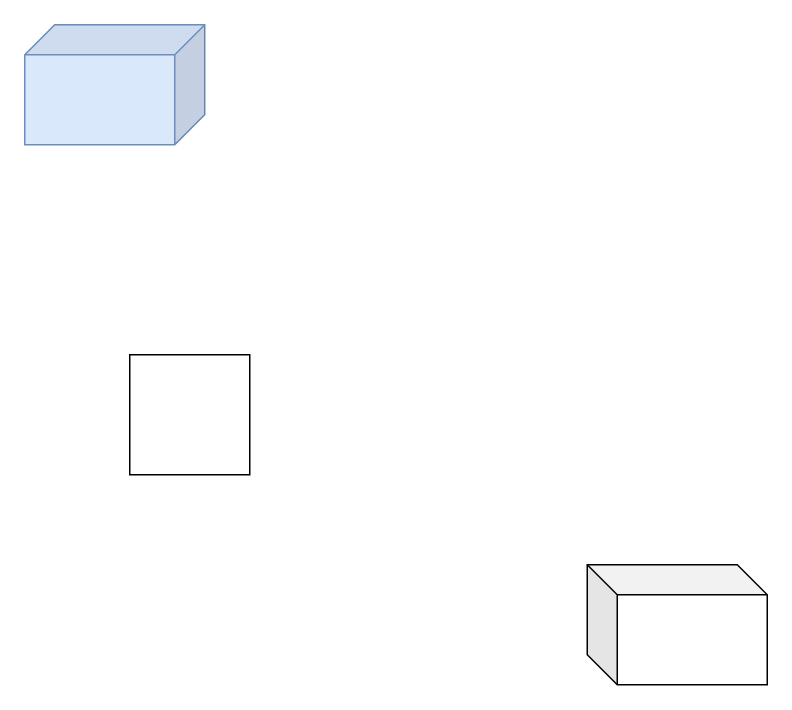
Before: Untitled Diagram.drawio in linyuejin/hello-world, a draw.io diagram. Source tidied: cells renumbered, new cells numbered last; positions are measured from the earlier drawing's top-left corner, leaving out a move shared by most shapes. Both pictures are drawn from the tidied source at 150%, with x=0, y=0 at pixel (24, 24).
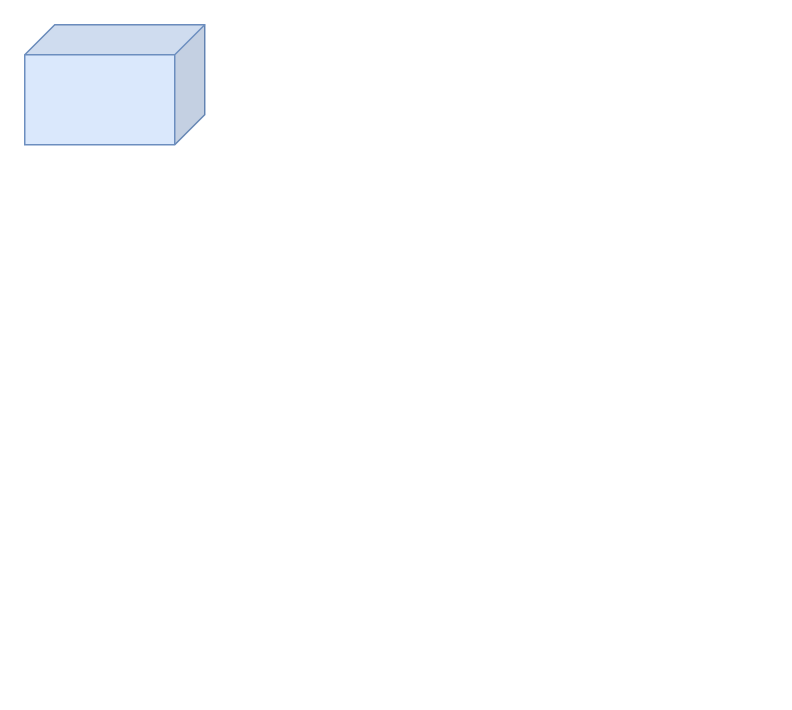
Above is the later version.

What changed in the source:
```diff
@@
 <mxGraphModel>
   <root>
     <mxCell id="0" />
     <mxCell id="1" parent="0" />
     <mxCell id="2" style="shape=cube;whiteSpace=wrap;html=1;boundedLbl=1;backgroundOutline=1;darkOpacity=0.05;darkOpacity2=0.1;fillColor=#dae8fc;strokeColor=#6c8ebf;direction=east;flipH=1;" parent="1" vertex="1">
       <mxGeometry width="120" height="80" as="geometry" />
     </mxCell>
-    <mxCell id="3" style="whiteSpace=wrap;html=1;" parent="1" vertex="1">
-      <mxGeometry x="70" y="220" width="80" height="80" as="geometry" />
-    </mxCell>
-    <mxCell id="4" style="shape=cube;whiteSpace=wrap;html=1;boundedLbl=1;backgroundOutline=1;darkOpacity=0.05;darkOpacity2=0.1;" parent="1" vertex="1">
-      <mxGeometry x="375" y="360" width="120" height="80" as="geometry" />
-    </mxCell>
   </root>
 </mxGraphModel>
```
